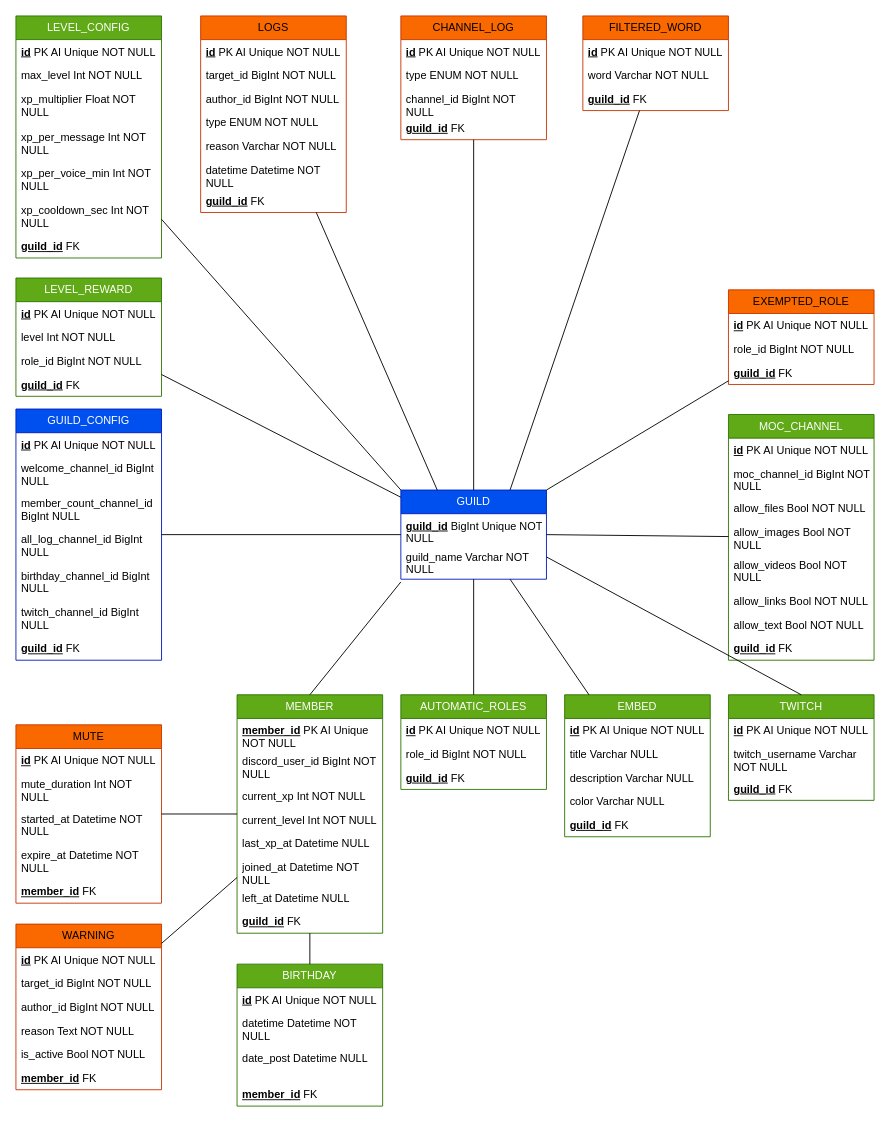
Before: docs/Sprint 1/MPD - Wystrelia.drawio in GwenaelS/CDA-Soutenance, a draw.io diagram. Source tidied: cells renumbered, new cells numbered last; positions are measured from the earlier drawing's top-left corner, leaving out a move shared by most shapes. Both pictures are drawn from the tidied source at 91%, with x=0, y=0 at pixel (15, 15).
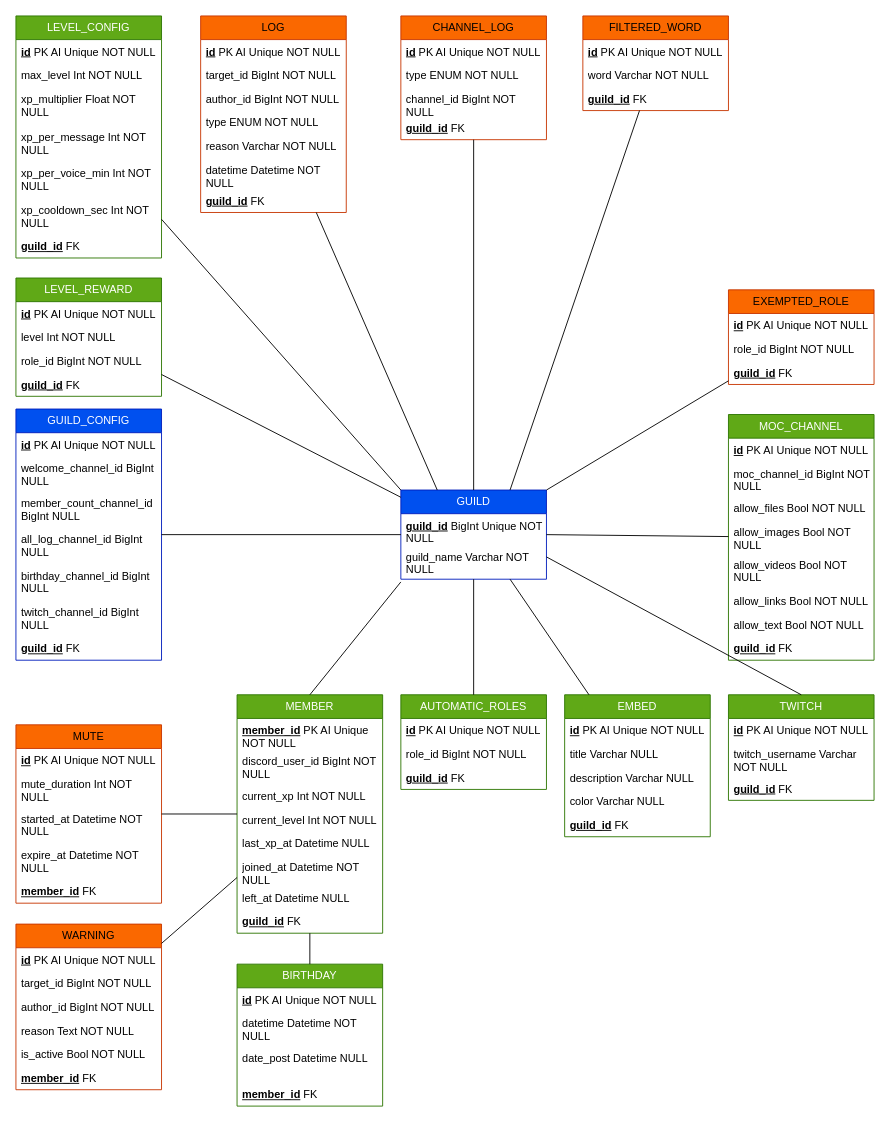
The same page after the edit.

What changed in the source:
```diff
@@
-    <mxCell id="16" value="LOGS" style="swimlane;fontStyle=0;horizontal=1;startSize=26;fillColor=#fa6800;whiteSpace=wrap;html=1;fontColor=#000000;strokeColor=#C73500;" parent="1" vertex="1">
+    <mxCell id="16" value="LOG" style="swimlane;fontStyle=0;horizontal=1;startSize=26;fillColor=#fa6800;whiteSpace=wrap;html=1;fontColor=#000000;strokeColor=#C73500;" parent="1" vertex="1">
       <mxGeometry x="203" width="160" height="216" as="geometry" />
     </mxCell>
```
